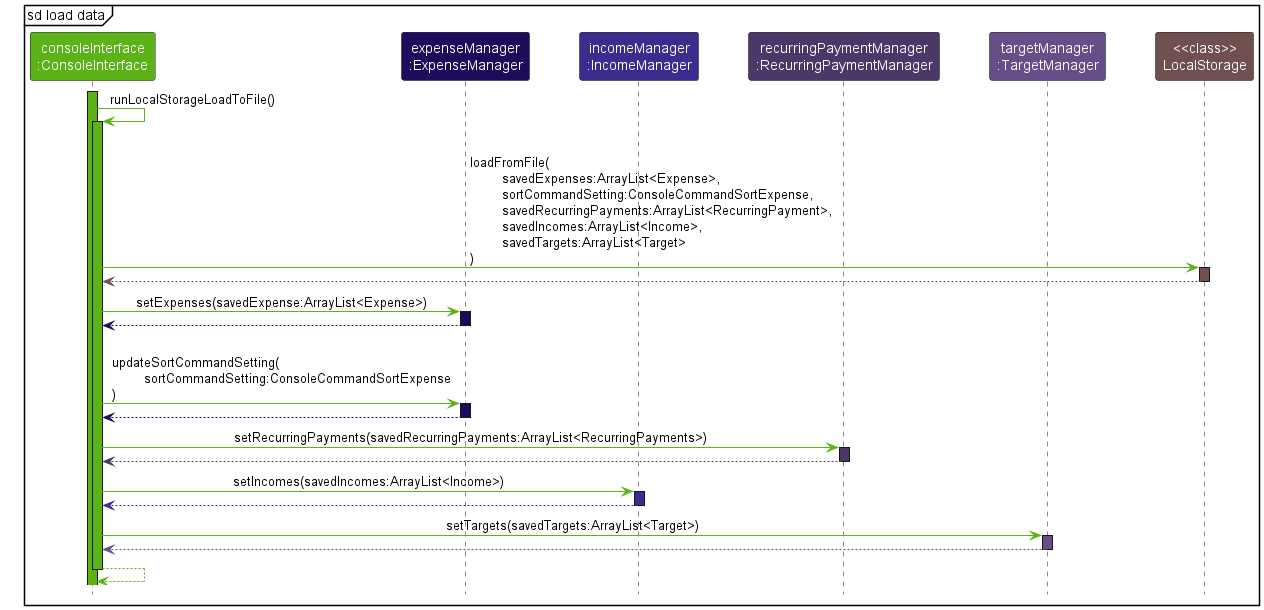
Earlier version of the PlantUML export docs/images/ImplementationSDLoadData.png (nus-cs2113-AY2223S1/tp).
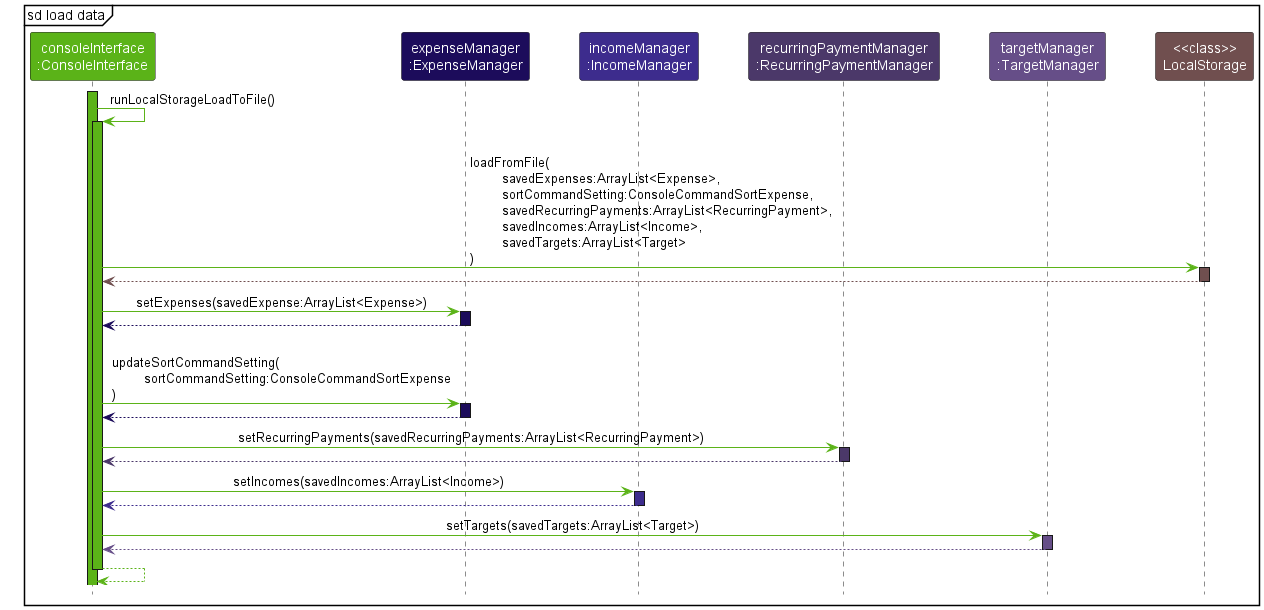
Above is the later version.

The edit, as a diff of the source:
```diff
@@ -35,7 +35,7 @@
 expenseManager --[DATA_COLOR_1]> consoleInterface
 deactivate expenseManager
 
-consoleInterface -[USER_INTERFACE_COLOR_1]> recurringPaymentManager : setRecurringPayments(savedRecurringPayments:ArrayList<RecurringPayments>)
+consoleInterface -[USER_INTERFACE_COLOR_1]> recurringPaymentManager : setRecurringPayments(savedRecurringPayments:ArrayList<RecurringPayment>)
 activate recurringPaymentManager DATA_COLOR_3
 
 recurringPaymentManager --[DATA_COLOR_3]> consoleInterface
```
